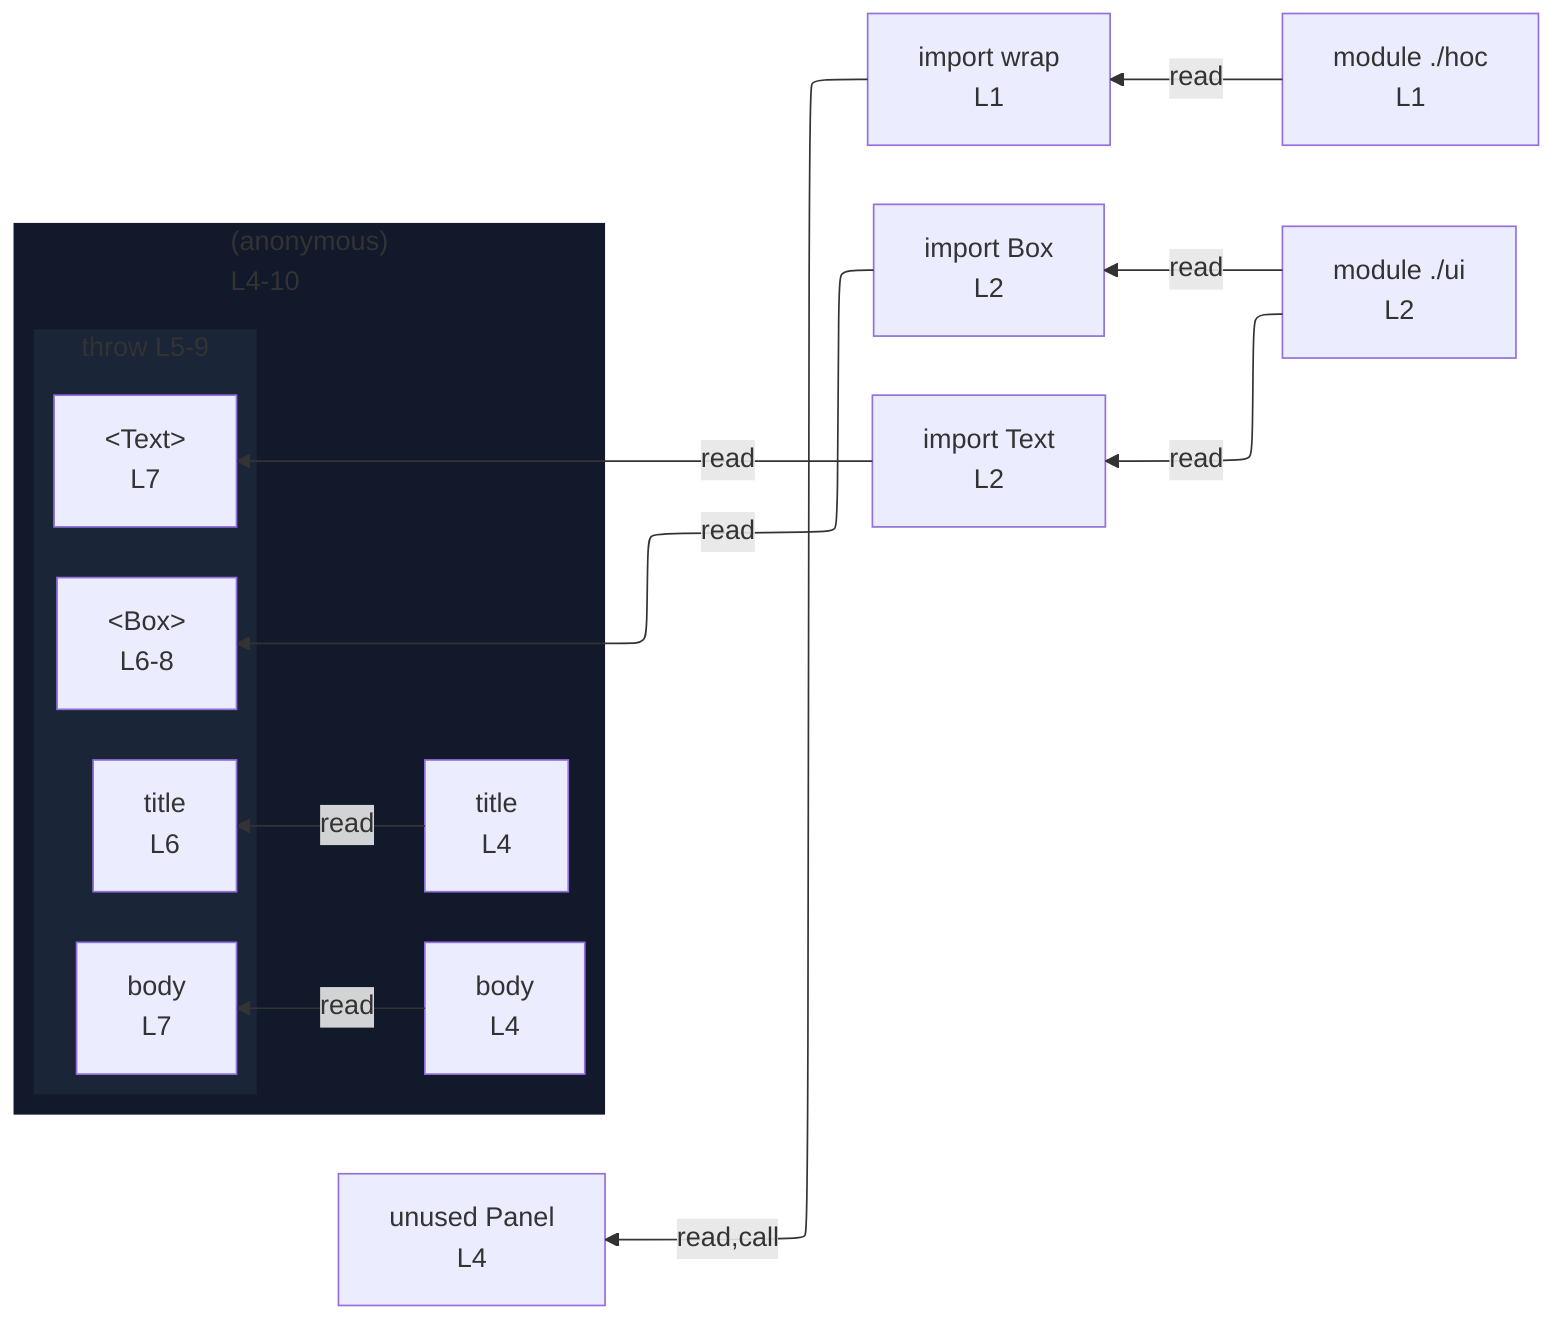
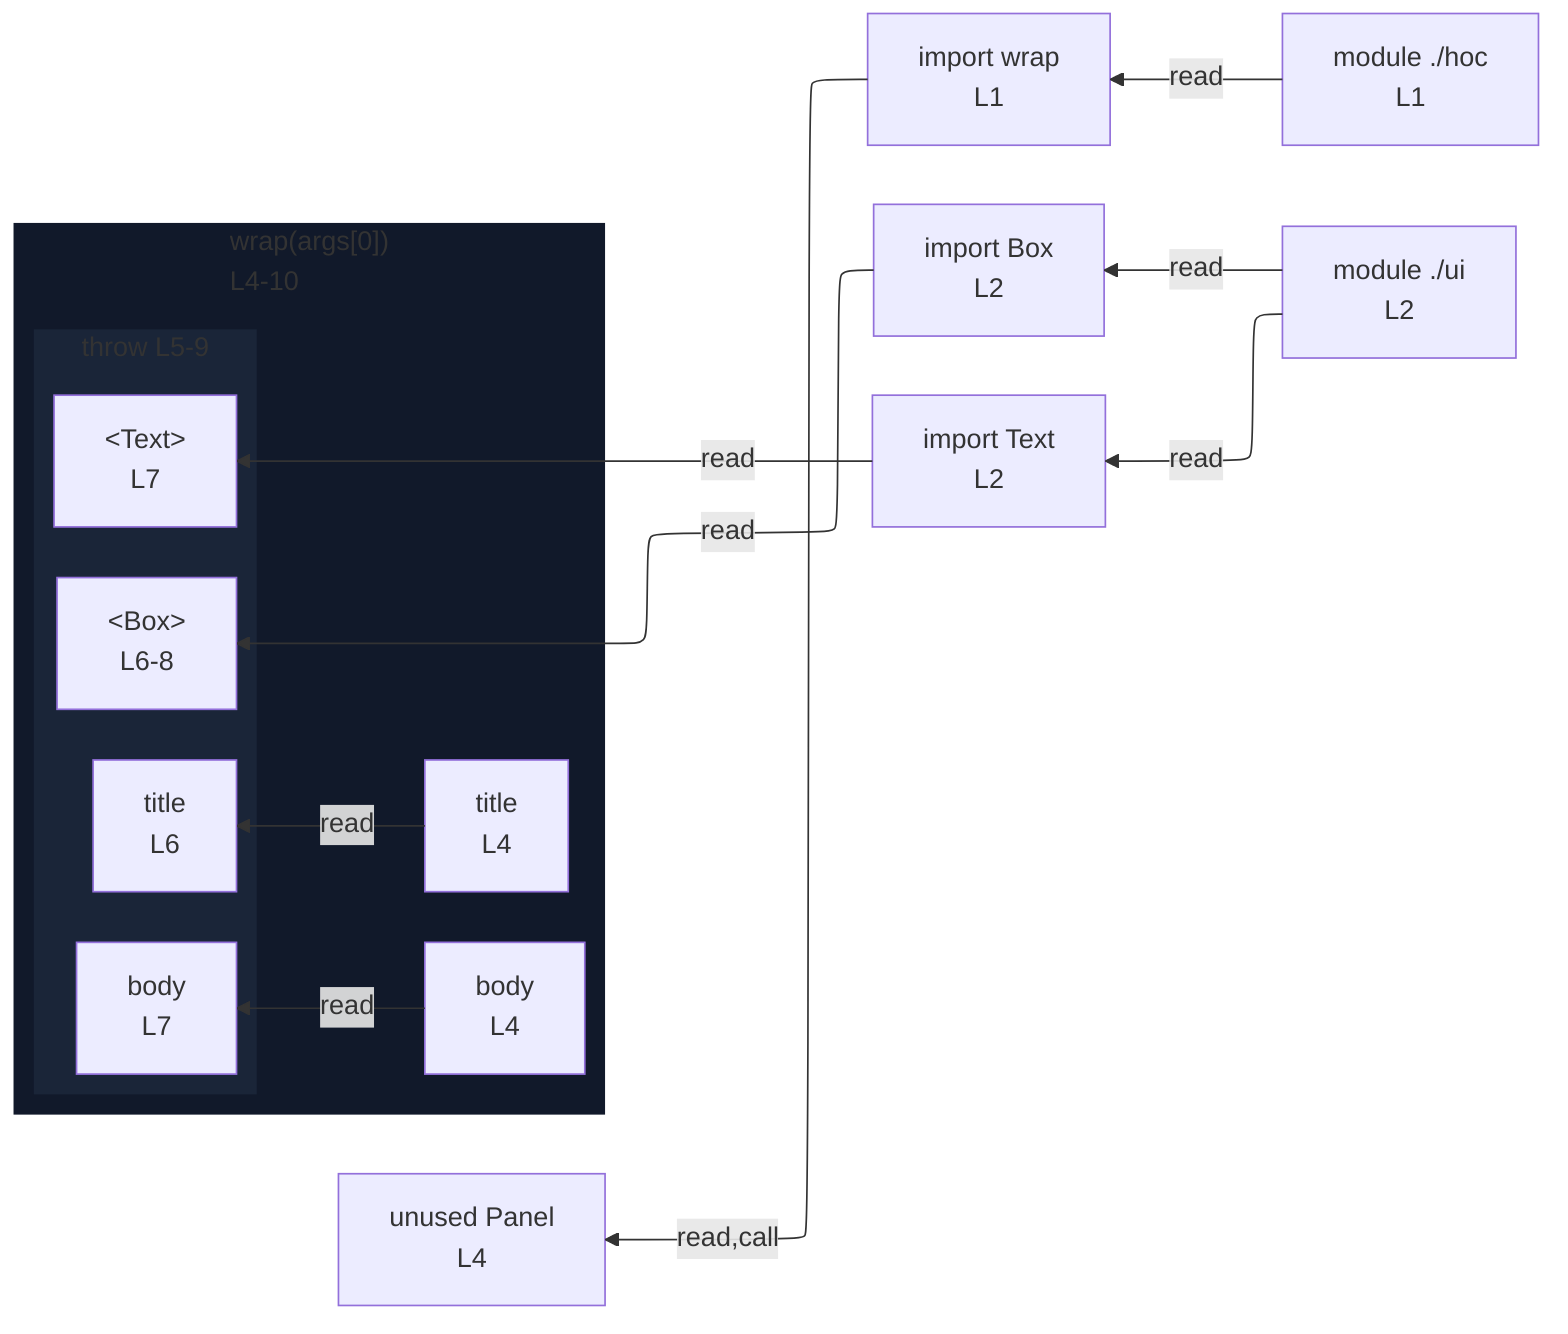
%%{init: {"flowchart": {"defaultRenderer": "elk"}}}%%
flowchart RL
  n_scope_0_wrap_9["import wrap<br/>L1"]
  n_scope_0_Box_39["import Box<br/>L2"]
  n_scope_0_Text_44["import Text<br/>L2"]
  n_scope_0_Panel_78["unused Panel<br/>L4"]
-   subgraph s_scope_1["(anonymous)<br/>L4-10"]
+   subgraph s_scope_1["wrap(args[0])<br/>L4-10"]
    direction RL
    n_scope_1_title_92["title<br/>L4"]
    n_scope_1_body_107["body<br/>L4"]
    subgraph s_throw_scope_1_128_201["throw L5-9"]
      direction RL
      throw_use_ref_2["&lt;Box&gt;<br/>L6-8"]
      throw_use_ref_3["title<br/>L6"]
      throw_use_ref_4["&lt;Text&gt;<br/>L7"]
      throw_use_ref_5["body<br/>L7"]
    end
  end
  n_scope_0_wrap_9 -->|read,call| n_scope_0_Panel_78
  n_scope_0_Box_39 -->|read| throw_use_ref_2
  n_scope_1_title_92 -->|read| throw_use_ref_3
  n_scope_0_Text_44 -->|read| throw_use_ref_4
  n_scope_1_body_107 -->|read| throw_use_ref_5
  mod___hoc["module ./hoc<br/>L1"]
  mod___ui["module ./ui<br/>L2"]
  mod___hoc -->|read| n_scope_0_wrap_9
  mod___ui -->|read| n_scope_0_Box_39
  mod___ui -->|read| n_scope_0_Text_44
  classDef nestL1 fill:#11192a,stroke:transparent;
  class s_scope_1 nestL1;
  classDef nestL2 fill:#1a2538,stroke:transparent;
  class s_throw_scope_1_128_201 nestL2;
